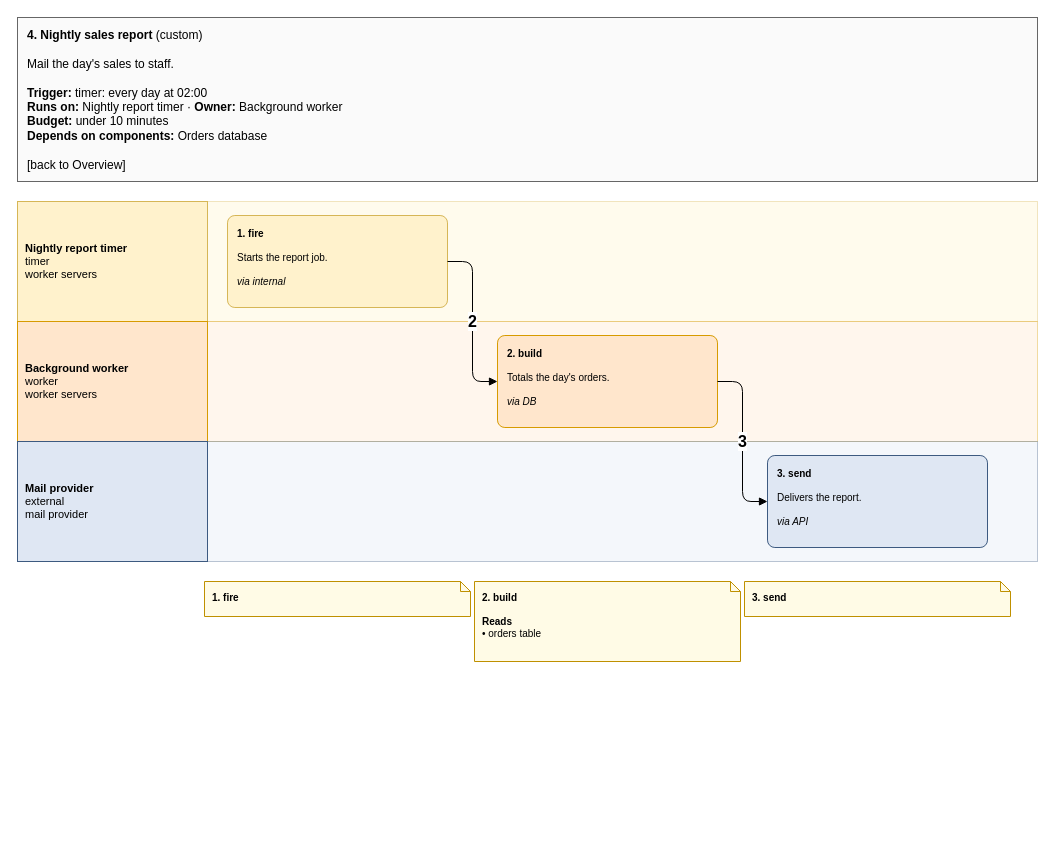
amalikn/skills_stuff keeps this draw.io diagram as page "4. Nightly sales report" (6 of 7) of specialists/platform/skill-drawio/examples/shop/drawio/flows.drawio. Above is the earlier version. Source tidied: cells renumbered, new cells numbered last; positions are measured from the earlier drawing's top-left corner, leaving out a move shared by most shapes. Both pictures are drawn from the tidied source at 100%, with x=0, y=0 at pixel (17, 17).
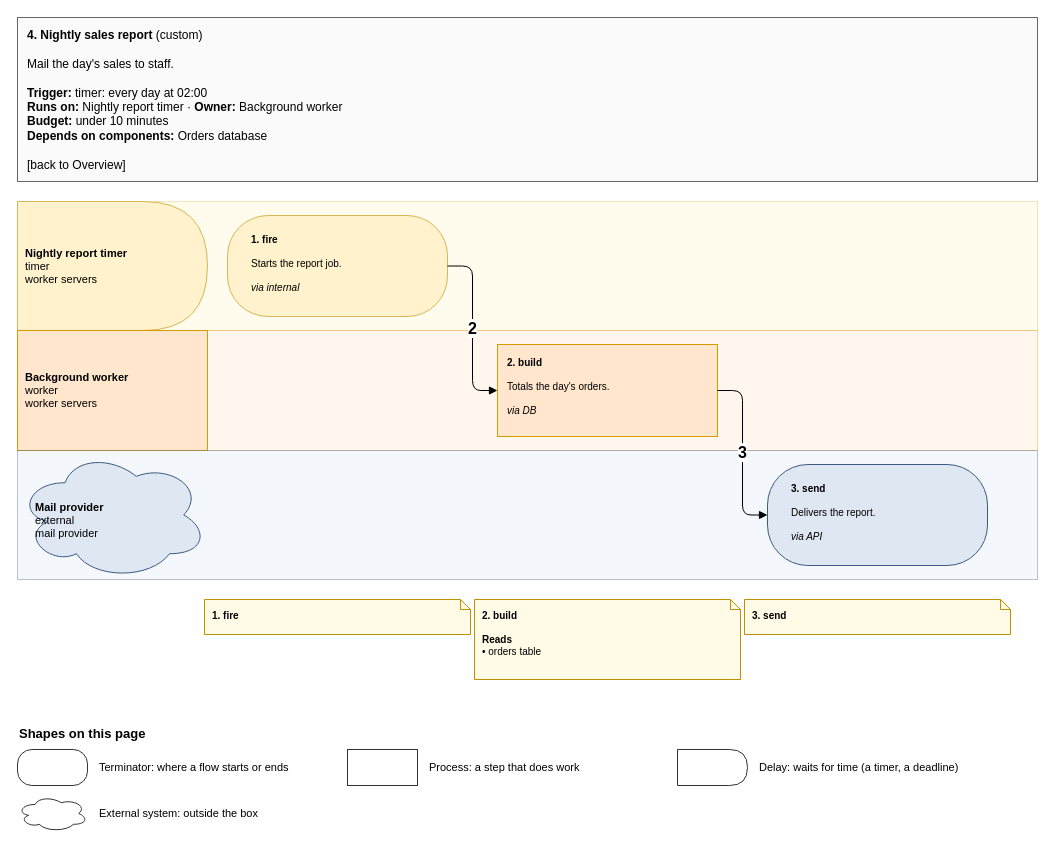
The same page after the edit.

What changed in the source:
```diff
@@
     <mxCell id="3" style="rounded=0;html=1;fillColor=#fff2cc;strokeColor=#d6b656;opacity=35;" parent="1" vertex="1">
-      <mxGeometry y="184" width="1020" height="120" as="geometry" />
+      <mxGeometry y="184" width="1020" height="129" as="geometry" />
     </mxCell>
-    <mxCell id="4" value="&lt;b&gt;Nightly report timer&lt;/b&gt;&lt;br&gt;timer&lt;br&gt;worker servers" style="rounded=1;whiteSpace=wrap;html=1;fillColor=#fff2cc;strokeColor=#d6b656;fontSize=11;arcSize=8;rounded=0;align=left;spacingLeft=6;" parent="1" vertex="1">
-      <mxGeometry y="184" width="190" height="120" as="geometry" />
+    <mxCell id="4" value="&lt;b&gt;Nightly report timer&lt;/b&gt;&lt;br&gt;timer&lt;br&gt;worker servers" style="rounded=1;whiteSpace=wrap;html=1;fillColor=#fff2cc;strokeColor=#d6b656;fontSize=11;arcSize=8;rounded=0;align=left;spacingLeft=6;shape=delay;spacingRight=24;" parent="1" vertex="1">
+      <mxGeometry y="184" width="190" height="129" as="geometry" />
     </mxCell>
     <mxCell id="5" style="rounded=0;html=1;fillColor=#ffe6cc;strokeColor=#d79b00;opacity=35;" parent="1" vertex="1">
-      <mxGeometry y="304" width="1020" height="120" as="geometry" />
+      <mxGeometry y="313" width="1020" height="120" as="geometry" />
     </mxCell>
-    <mxCell id="6" value="&lt;b&gt;Background worker&lt;/b&gt;&lt;br&gt;worker&lt;br&gt;worker servers" style="rounded=1;whiteSpace=wrap;html=1;fillColor=#ffe6cc;strokeColor=#d79b00;fontSize=11;arcSize=8;rounded=0;align=left;spacingLeft=6;" parent="1" vertex="1">
-      <mxGeometry y="304" width="190" height="120" as="geometry" />
+    <mxCell id="6" value="&lt;b&gt;Background worker&lt;/b&gt;&lt;br&gt;worker&lt;br&gt;worker servers" style="rounded=1;whiteSpace=wrap;html=1;fillColor=#ffe6cc;strokeColor=#d79b00;fontSize=11;arcSize=8;rounded=0;align=left;spacingLeft=6;rounded=0;" parent="1" vertex="1">
+      <mxGeometry y="313" width="190" height="120" as="geometry" />
     </mxCell>
     <mxCell id="7" style="rounded=0;html=1;fillColor=#dfe7f3;strokeColor=#3d5a80;opacity=35;" parent="1" vertex="1">
-      <mxGeometry y="424" width="1020" height="120" as="geometry" />
+      <mxGeometry y="433" width="1020" height="129" as="geometry" />
     </mxCell>
-    <mxCell id="8" value="&lt;b&gt;Mail provider&lt;/b&gt;&lt;br&gt;external&lt;br&gt;mail provider" style="rounded=1;whiteSpace=wrap;html=1;fillColor=#dfe7f3;strokeColor=#3d5a80;fontSize=11;arcSize=8;rounded=0;align=left;spacingLeft=6;" parent="1" vertex="1">
-      <mxGeometry y="424" width="190" height="120" as="geometry" />
+    <mxCell id="8" value="&lt;b&gt;Mail provider&lt;/b&gt;&lt;br&gt;external&lt;br&gt;mail provider" style="rounded=1;whiteSpace=wrap;html=1;fillColor=#dfe7f3;strokeColor=#3d5a80;fontSize=11;arcSize=8;rounded=0;align=left;spacingLeft=6;ellipse;shape=cloud;spacingLeft=16;spacingRight=16;spacingTop=10;" parent="1" vertex="1">
+      <mxGeometry y="433" width="190" height="129" as="geometry" />
     </mxCell>
-    <mxCell id="9" value="&lt;b&gt;1. fire&lt;/b&gt;&lt;br&gt; &lt;br&gt;Starts the report job.&lt;br&gt; &lt;br&gt;&lt;i&gt;via internal&lt;/i&gt;" style="rounded=1;whiteSpace=wrap;html=1;fillColor=#fff2cc;strokeColor=#d6b656;fontSize=11;arcSize=8;fontSize=10;align=left;verticalAlign=top;spacingLeft=8;spacingRight=6;spacingTop=6;" parent="1" vertex="1">
-      <mxGeometry x="210" y="198" width="220" height="92" as="geometry" />
+    <mxCell id="9" value="&lt;b&gt;1. fire&lt;/b&gt;&lt;br&gt; &lt;br&gt;Starts the report job.&lt;br&gt; &lt;br&gt;&lt;i&gt;via internal&lt;/i&gt;" style="rounded=1;whiteSpace=wrap;html=1;fillColor=#fff2cc;strokeColor=#d6b656;fontSize=11;arcSize=8;fontSize=10;align=left;verticalAlign=top;spacingLeft=8;spacingRight=6;spacingTop=6;rounded=1;arcSize=40;spacingLeft=22;spacingRight=18;spacingTop=12;" parent="1" vertex="1">
+      <mxGeometry x="210" y="198" width="220" height="101" as="geometry" />
     </mxCell>
     <mxCell id="10" value="&lt;b&gt;1. fire&lt;/b&gt;" style="shape=note;whiteSpace=wrap;html=1;size=10;fillColor=#fffbe6;strokeColor=#bf9000;align=left;verticalAlign=top;spacingLeft=6;spacingTop=4;fontSize=10;" parent="1" vertex="1">
-      <mxGeometry x="187" y="564" width="266" height="35" as="geometry" />
+      <mxGeometry x="187" y="582" width="266" height="35" as="geometry" />
     </mxCell>
-    <mxCell id="11" value="&lt;b&gt;2. build&lt;/b&gt;&lt;br&gt; &lt;br&gt;Totals the day&amp;#x27;s orders.&lt;br&gt; &lt;br&gt;&lt;i&gt;via DB&lt;/i&gt;" style="rounded=1;whiteSpace=wrap;html=1;fillColor=#ffe6cc;strokeColor=#d79b00;fontSize=11;arcSize=8;fontSize=10;align=left;verticalAlign=top;spacingLeft=8;spacingRight=6;spacingTop=6;" parent="1" vertex="1">
-      <mxGeometry x="480" y="318" width="220" height="92" as="geometry" />
+    <mxCell id="11" value="&lt;b&gt;2. build&lt;/b&gt;&lt;br&gt; &lt;br&gt;Totals the day&amp;#x27;s orders.&lt;br&gt; &lt;br&gt;&lt;i&gt;via DB&lt;/i&gt;" style="rounded=1;whiteSpace=wrap;html=1;fillColor=#ffe6cc;strokeColor=#d79b00;fontSize=11;arcSize=8;fontSize=10;align=left;verticalAlign=top;spacingLeft=8;spacingRight=6;spacingTop=6;rounded=0;" parent="1" vertex="1">
+      <mxGeometry x="480" y="327" width="220" height="92" as="geometry" />
     </mxCell>
     <mxCell id="12" value="&lt;b&gt;2. build&lt;/b&gt;&lt;br&gt; &lt;br&gt;&lt;b&gt;Reads&lt;/b&gt;&lt;br&gt;• orders table" style="shape=note;whiteSpace=wrap;html=1;size=10;fillColor=#fffbe6;strokeColor=#bf9000;align=left;verticalAlign=top;spacingLeft=6;spacingTop=4;fontSize=10;" parent="1" vertex="1">
-      <mxGeometry x="457" y="564" width="266" height="80" as="geometry" />
+      <mxGeometry x="457" y="582" width="266" height="80" as="geometry" />
     </mxCell>
-    <mxCell id="13" value="&lt;b&gt;3. send&lt;/b&gt;&lt;br&gt; &lt;br&gt;Delivers the report.&lt;br&gt; &lt;br&gt;&lt;i&gt;via API&lt;/i&gt;" style="rounded=1;whiteSpace=wrap;html=1;fillColor=#dfe7f3;strokeColor=#3d5a80;fontSize=11;arcSize=8;fontSize=10;align=left;verticalAlign=top;spacingLeft=8;spacingRight=6;spacingTop=6;" parent="1" vertex="1">
-      <mxGeometry x="750" y="438" width="220" height="92" as="geometry" />
+    <mxCell id="13" value="&lt;b&gt;3. send&lt;/b&gt;&lt;br&gt; &lt;br&gt;Delivers the report.&lt;br&gt; &lt;br&gt;&lt;i&gt;via API&lt;/i&gt;" style="rounded=1;whiteSpace=wrap;html=1;fillColor=#dfe7f3;strokeColor=#3d5a80;fontSize=11;arcSize=8;fontSize=10;align=left;verticalAlign=top;spacingLeft=8;spacingRight=6;spacingTop=6;rounded=1;arcSize=40;spacingLeft=22;spacingRight=18;spacingTop=12;" parent="1" vertex="1">
+      <mxGeometry x="750" y="447" width="220" height="101" as="geometry" />
     </mxCell>
     <mxCell id="14" value="&lt;b&gt;3. send&lt;/b&gt;" style="shape=note;whiteSpace=wrap;html=1;size=10;fillColor=#fffbe6;strokeColor=#bf9000;align=left;verticalAlign=top;spacingLeft=6;spacingTop=4;fontSize=10;" parent="1" vertex="1">
-      <mxGeometry x="727" y="564" width="266" height="35" as="geometry" />
+      <mxGeometry x="727" y="582" width="266" height="35" as="geometry" />
     </mxCell>
+    <mxCell id="17" value="&lt;b&gt;Shapes on this page&lt;/b&gt;" style="text;html=1;align=left;fontSize=13;" parent="1" vertex="1">
+      <mxGeometry y="702" width="300" height="24" as="geometry" />
+    </mxCell>
+    <mxCell id="18" style="whiteSpace=wrap;html=1;fillColor=#ffffff;strokeColor=#333333;rounded=1;arcSize=40;spacingLeft=22;spacingRight=18;spacingTop=12;" parent="1" vertex="1">
+      <mxGeometry y="732" width="70" height="36" as="geometry" />
+    </mxCell>
+    <mxCell id="19" value="Terminator: where a flow starts or ends" style="text;html=1;align=left;verticalAlign=middle;whiteSpace=wrap;fontSize=11;" parent="1" vertex="1">
+      <mxGeometry x="80" y="732" width="240" height="36" as="geometry" />
+    </mxCell>
+    <mxCell id="20" style="whiteSpace=wrap;html=1;fillColor=#ffffff;strokeColor=#333333;rounded=0;" parent="1" vertex="1">
+      <mxGeometry x="330" y="732" width="70" height="36" as="geometry" />
+    </mxCell>
+    <mxCell id="21" value="Process: a step that does work" style="text;html=1;align=left;verticalAlign=middle;whiteSpace=wrap;fontSize=11;" parent="1" vertex="1">
+      <mxGeometry x="410" y="732" width="240" height="36" as="geometry" />
+    </mxCell>
+    <mxCell id="22" style="whiteSpace=wrap;html=1;fillColor=#ffffff;strokeColor=#333333;shape=delay;spacingRight=24;" parent="1" vertex="1">
+      <mxGeometry x="660" y="732" width="70" height="36" as="geometry" />
+    </mxCell>
+    <mxCell id="23" value="Delay: waits for time (a timer, a deadline)" style="text;html=1;align=left;verticalAlign=middle;whiteSpace=wrap;fontSize=11;" parent="1" vertex="1">
+      <mxGeometry x="740" y="732" width="240" height="36" as="geometry" />
+    </mxCell>
+    <mxCell id="24" style="whiteSpace=wrap;html=1;fillColor=#ffffff;strokeColor=#333333;ellipse;shape=cloud;spacingLeft=16;spacingRight=16;spacingTop=10;" parent="1" vertex="1">
+      <mxGeometry y="778" width="70" height="36" as="geometry" />
+    </mxCell>
+    <mxCell id="25" value="External system: outside the box" style="text;html=1;align=left;verticalAlign=middle;whiteSpace=wrap;fontSize=11;" parent="1" vertex="1">
+      <mxGeometry x="80" y="778" width="240" height="36" as="geometry" />
+    </mxCell>
```
